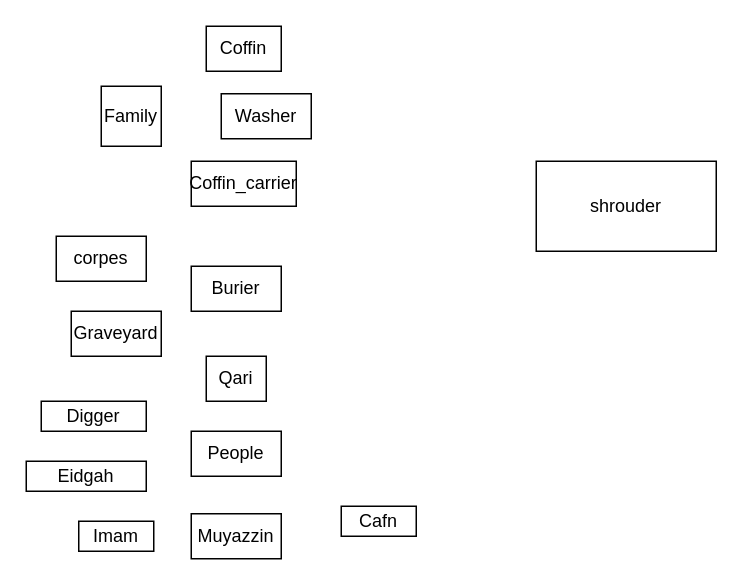
Earlier version of the draw.io diagram Untitled Diagram.drawio (zihad18/oop-examples). Source tidied: cells renumbered, new cells numbered last; positions are measured from the earlier drawing's top-left corner, leaving out a move shared by most shapes. Both pictures are drawn from the tidied source at 150%, with x=0, y=0 at pixel (26, 26).
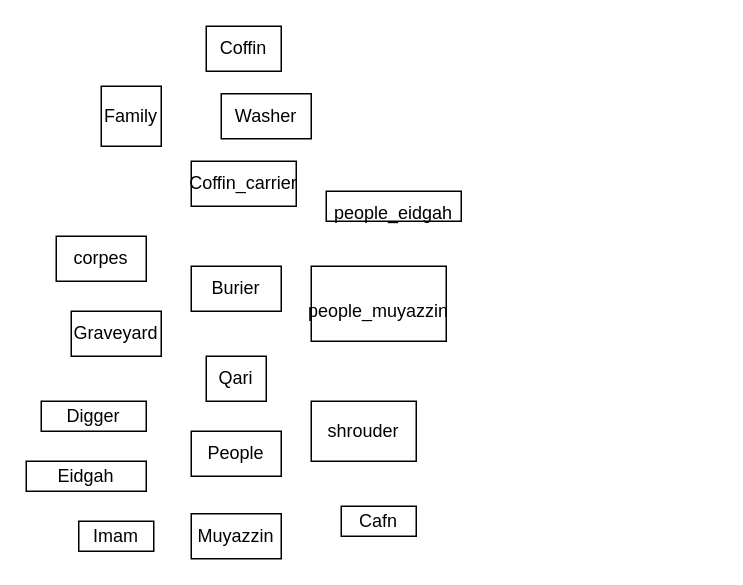
Above is the later version.

What changed in the source:
```diff
@@
 <mxGraphModel>
   <root>
     <mxCell id="0" />
     <mxCell id="1" parent="0" />
     <mxCell id="2" value="Family" style="rounded=0;whiteSpace=wrap;html=1;" parent="1" vertex="1">
       <mxGeometry x="50" y="40" width="40" height="40" as="geometry" />
     </mxCell>
     <mxCell id="3" value="corpes" style="rounded=0;whiteSpace=wrap;html=1;" parent="1" vertex="1">
       <mxGeometry x="20" y="140" width="60" height="30" as="geometry" />
     </mxCell>
     <mxCell id="4" value="Graveyard" style="rounded=0;whiteSpace=wrap;html=1;" parent="1" vertex="1">
       <mxGeometry x="30" y="190" width="60" height="30" as="geometry" />
     </mxCell>
     <mxCell id="5" value="Digger" style="rounded=0;whiteSpace=wrap;html=1;" parent="1" vertex="1">
       <mxGeometry x="10" y="250" width="70" height="20" as="geometry" />
     </mxCell>
     <mxCell id="6" value="Eidgah" style="rounded=0;whiteSpace=wrap;html=1;" parent="1" vertex="1">
       <mxGeometry y="290" width="80" height="20" as="geometry" />
     </mxCell>
     <mxCell id="7" value="Imam" style="rounded=0;whiteSpace=wrap;html=1;" parent="1" vertex="1">
       <mxGeometry x="35" y="330" width="50" height="20" as="geometry" />
     </mxCell>
     <mxCell id="8" value="Muyazzin" style="rounded=0;whiteSpace=wrap;html=1;" parent="1" vertex="1">
       <mxGeometry x="110" y="325" width="60" height="30" as="geometry" />
     </mxCell>
     <mxCell id="9" value="People" style="rounded=0;whiteSpace=wrap;html=1;" parent="1" vertex="1">
       <mxGeometry x="110" y="270" width="60" height="30" as="geometry" />
     </mxCell>
     <mxCell id="10" value="Qari" style="rounded=0;whiteSpace=wrap;html=1;" parent="1" vertex="1">
       <mxGeometry x="120" y="220" width="40" height="30" as="geometry" />
     </mxCell>
     <mxCell id="11" value="Burier" style="rounded=0;whiteSpace=wrap;html=1;" parent="1" vertex="1">
       <mxGeometry x="110" y="160" width="60" height="30" as="geometry" />
     </mxCell>
     <mxCell id="12" value="Coffin_carrier" style="rounded=0;whiteSpace=wrap;html=1;" parent="1" vertex="1">
       <mxGeometry x="110" y="90" width="70" height="30" as="geometry" />
     </mxCell>
     <mxCell id="13" value="Washer" style="rounded=0;whiteSpace=wrap;html=1;" parent="1" vertex="1">
       <mxGeometry x="130" y="45" width="60" height="30" as="geometry" />
     </mxCell>
     <mxCell id="14" value="Coffin" style="rounded=0;whiteSpace=wrap;html=1;" parent="1" vertex="1">
       <mxGeometry x="120" width="50" height="30" as="geometry" />
     </mxCell>
     <mxCell id="15" value="Cafn" style="rounded=0;whiteSpace=wrap;html=1;" parent="1" vertex="1">
       <mxGeometry x="210" y="320" width="50" height="20" as="geometry" />
     </mxCell>
     <mxCell id="16" value="shrouder" style="rounded=0;whiteSpace=wrap;html=1;" parent="1" vertex="1">
-      <mxGeometry x="340" y="90" width="120" height="60" as="geometry" />
+      <mxGeometry x="190" y="250" width="70" height="40" as="geometry" />
     </mxCell>
+    <mxCell id="17" value="&lt;p style=&quot;margin-bottom: 0in ; line-height: 1px ; background: transparent&quot;&gt;&lt;font style=&quot;font-size: 12px&quot;&gt;people_eidgah&lt;/font&gt;&lt;/p&gt;" style="rounded=0;whiteSpace=wrap;html=1;" parent="1" vertex="1">
+      <mxGeometry x="200" y="110" width="90" height="20" as="geometry" />
+    </mxCell>
+    <mxCell id="18" value="&lt;p style=&quot;margin-bottom: 0in ; line-height: 1px ; background: transparent&quot;&gt;&lt;font style=&quot;font-size: 12px&quot;&gt;people_muyazzin&lt;/font&gt;&lt;/p&gt;" style="rounded=0;whiteSpace=wrap;html=1;" parent="1" vertex="1">
+      <mxGeometry x="190" y="160" width="90" height="50" as="geometry" />
+    </mxCell>
   </root>
 </mxGraphModel>
```
